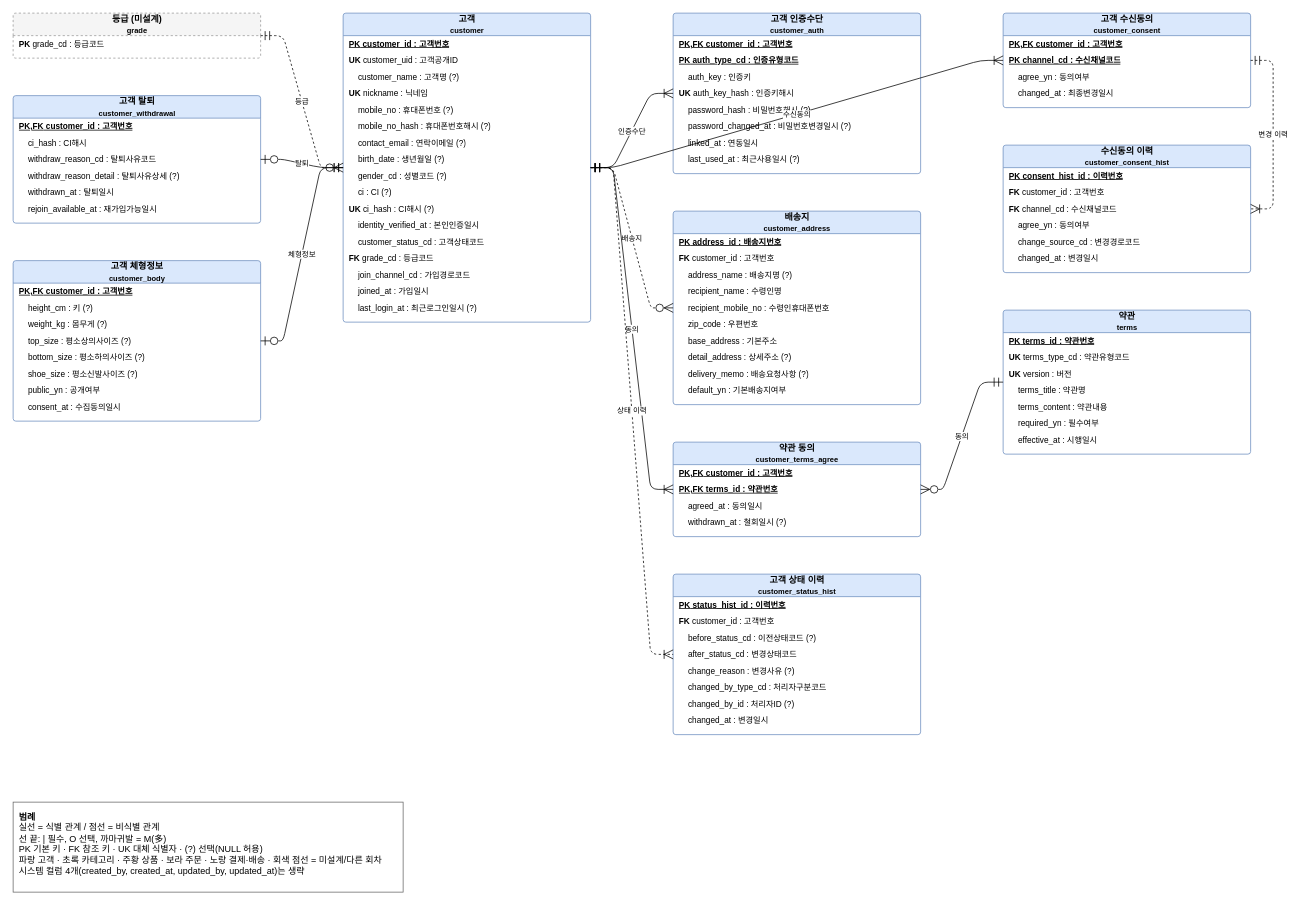
This is page "고객" (2 of 7) of modeling/erd/erd_전체.drawio from ymink716/shoppingmall, a draw.io file, before an edit. Source tidied: cells renumbered, new cells numbered last; positions are measured from the earlier drawing's top-left corner, leaving out a move shared by most shapes. Both pictures are drawn from the tidied source at 75%, with x=0, y=0 at pixel (13, 13).
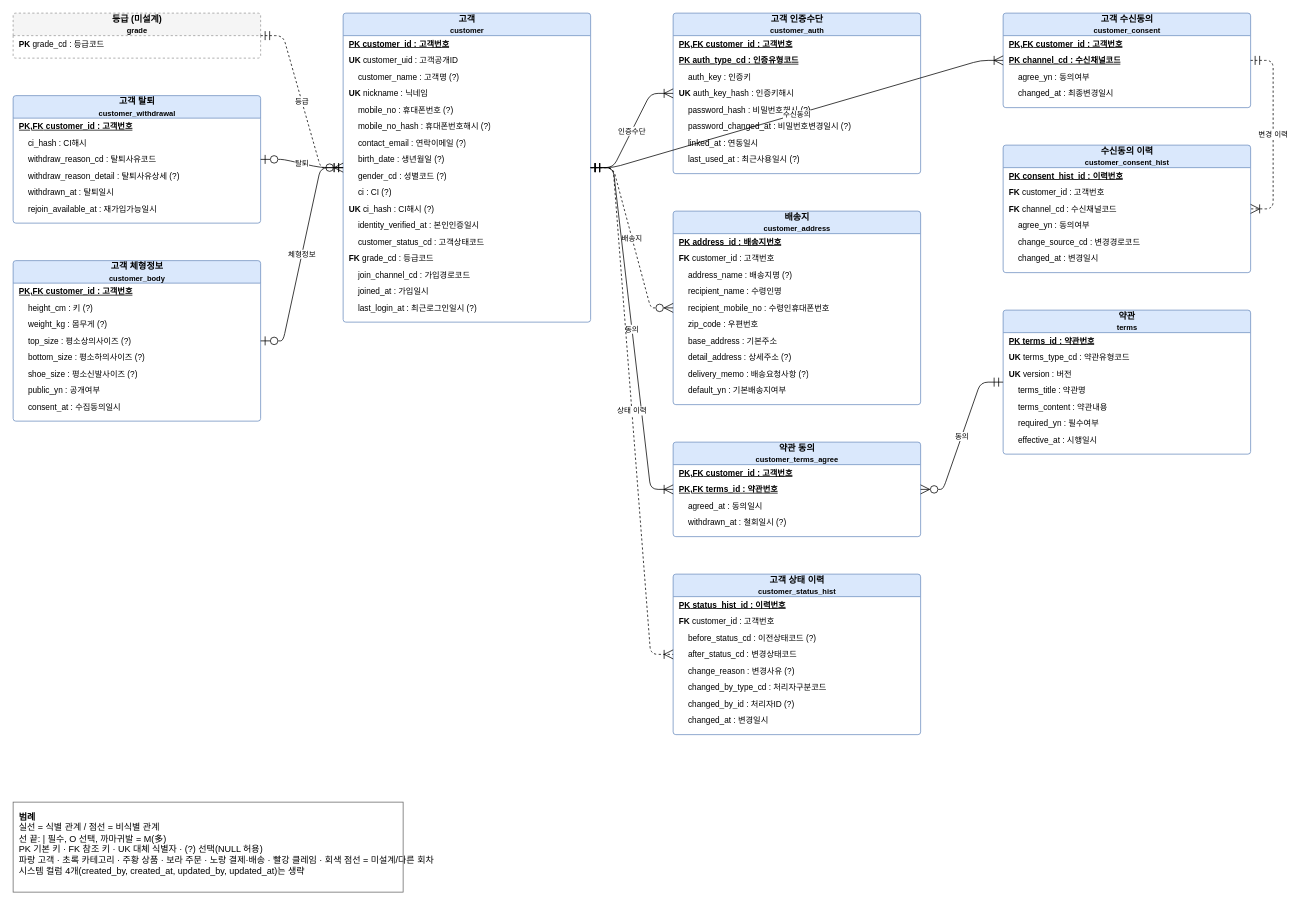
The same diagram, later.

What changed in the source:
```diff
@@
-    <mxCell id="102" value="&lt;b&gt;범례&lt;/b&gt;&lt;br&gt;실선 = 식별 관계 / 점선 = 비식별 관계&lt;br&gt;선 끝: | 필수, O 선택, 까마귀발 = M(多)&lt;br&gt;PK 기본 키 · FK 참조 키 · UK 대체 식별자 · (?) 선택(NULL 허용)&lt;br&gt;파랑 고객 · 초록 카테고리 · 주황 상품 · 보라 주문 · 노랑 결제·배송 · 회색 점선 = 미설계/다른 회차&lt;br&gt;시스템 컬럼 4개(created_by, created_at, updated_by, updated_at)는 생략" style="text;html=1;align=left;verticalAlign=top;spacing=8;fillColor=#ffffff;strokeColor=#666666;fontSize=12;" parent="1" vertex="1">
+    <mxCell id="102" value="&lt;b&gt;범례&lt;/b&gt;&lt;br&gt;실선 = 식별 관계 / 점선 = 비식별 관계&lt;br&gt;선 끝: | 필수, O 선택, 까마귀발 = M(多)&lt;br&gt;PK 기본 키 · FK 참조 키 · UK 대체 식별자 · (?) 선택(NULL 허용)&lt;br&gt;파랑 고객 · 초록 카테고리 · 주황 상품 · 보라 주문 · 노랑 결제·배송 · 빨강 클레임 · 회색 점선 = 미설계/다른 회차&lt;br&gt;시스템 컬럼 4개(created_by, created_at, updated_by, updated_at)는 생략" style="text;html=1;align=left;verticalAlign=top;spacing=8;fillColor=#ffffff;strokeColor=#666666;fontSize=12;" parent="1" vertex="1">
       <mxGeometry y="1052" width="520" height="120" as="geometry" />
     </mxCell>
```
